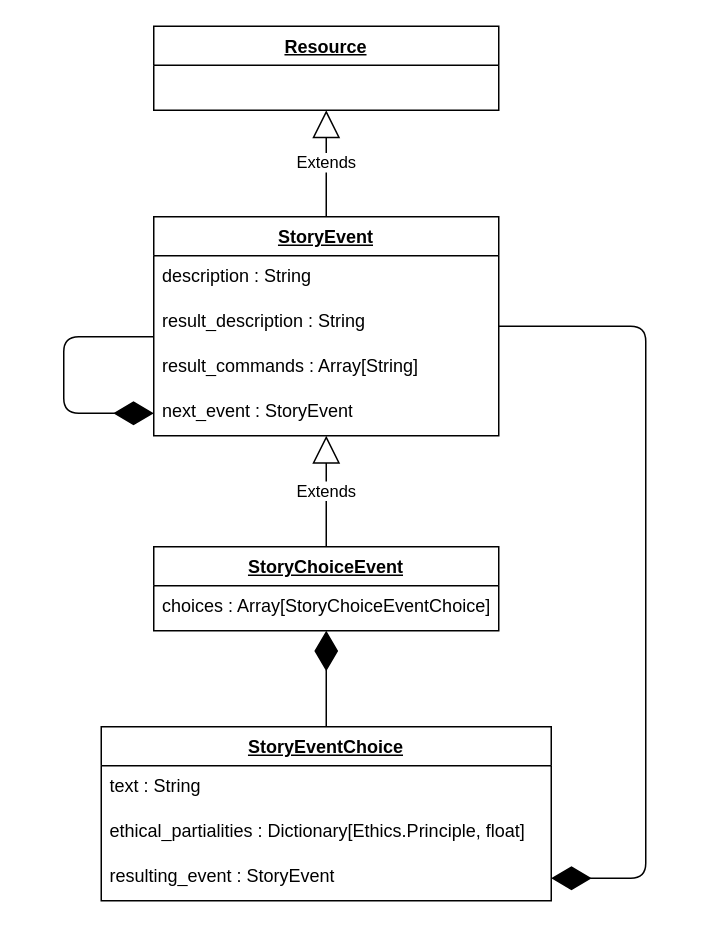
NobleMetalLabs/project-hammer keeps this draw.io diagram as page "CLASS" (1 of 2) of src/@uml/choice-events.drawio. Above is the earlier version. Source tidied: cells renumbered, new cells numbered last; positions are measured from the earlier drawing's top-left corner, leaving out a move shared by most shapes. Both pictures are drawn from the tidied source at 150%, with x=0, y=0 at pixel (63, 26).
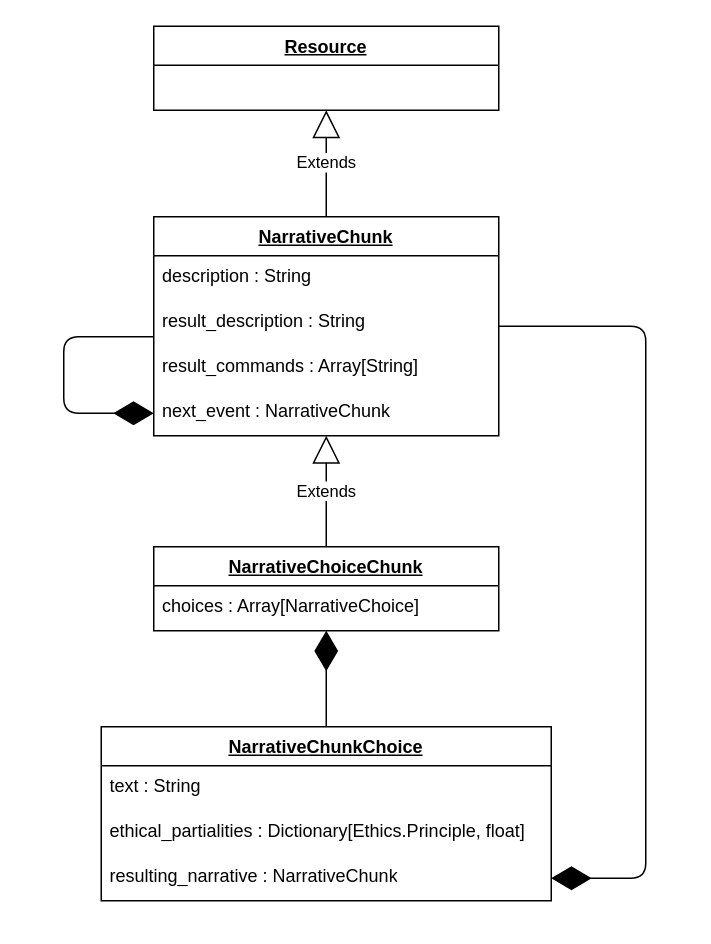
The same diagram, later.

Diff of the diagram source:
```diff
@@
-    <mxCell id="2" value="StoryChoiceEvent" style="swimlane;fontStyle=5;align=center;verticalAlign=top;horizontal=1;startSize=26;whiteSpace=wrap;html=1;" parent="1" vertex="1">
+    <mxCell id="2" value="NarrativeChoiceChunk" style="swimlane;fontStyle=5;align=center;verticalAlign=top;horizontal=1;startSize=26;whiteSpace=wrap;html=1;" parent="1" vertex="1">
       <mxGeometry x="60" y="347" width="230" height="56" as="geometry" />
     </mxCell>
-    <mxCell id="3" value="choices : Array[StoryChoiceEventChoice]" style="text;strokeColor=none;fillColor=none;align=left;verticalAlign=top;spacingLeft=4;spacingRight=4;overflow=hidden;points=[[0,0.5],[1,0.5]];portConstraint=eastwest;whiteSpace=wrap;html=1;" parent="2" vertex="1">
+    <mxCell id="3" value="choices : Array[NarrativeChoice]" style="text;strokeColor=none;fillColor=none;align=left;verticalAlign=top;spacingLeft=4;spacingRight=4;overflow=hidden;points=[[0,0.5],[1,0.5]];portConstraint=eastwest;whiteSpace=wrap;html=1;" parent="2" vertex="1">
       <mxGeometry y="26" width="230" height="30" as="geometry" />
     </mxCell>
-    <mxCell id="4" value="StoryEventChoice" style="swimlane;fontStyle=5;align=center;verticalAlign=top;horizontal=1;startSize=26;whiteSpace=wrap;html=1;" parent="1" vertex="1">
+    <mxCell id="4" value="NarrativeChunkChoice" style="swimlane;fontStyle=5;align=center;verticalAlign=top;horizontal=1;startSize=26;whiteSpace=wrap;html=1;" parent="1" vertex="1">
       <mxGeometry x="25" y="467" width="300" height="116" as="geometry" />
     </mxCell>
@@
-    <mxCell id="7" value="resulting_event : StoryEvent" style="text;strokeColor=none;fillColor=none;align=left;verticalAlign=top;spacingLeft=4;spacingRight=4;overflow=hidden;points=[[0,0.5],[1,0.5]];portConstraint=eastwest;whiteSpace=wrap;html=1;" parent="4" vertex="1">
+    <mxCell id="7" value="resulting_narrative : NarrativeChunk" style="text;strokeColor=none;fillColor=none;align=left;verticalAlign=top;spacingLeft=4;spacingRight=4;overflow=hidden;points=[[0,0.5],[1,0.5]];portConstraint=eastwest;whiteSpace=wrap;html=1;" parent="4" vertex="1">
       <mxGeometry y="86" width="300" height="30" as="geometry" />
     </mxCell>
@@
-    <mxCell id="12" value="StoryEvent" style="swimlane;fontStyle=5;align=center;verticalAlign=top;horizontal=1;startSize=26;whiteSpace=wrap;html=1;" parent="1" vertex="1">
+    <mxCell id="12" value="NarrativeChunk" style="swimlane;fontStyle=5;align=center;verticalAlign=top;horizontal=1;startSize=26;whiteSpace=wrap;html=1;" parent="1" vertex="1">
       <mxGeometry x="60" y="127" width="230" height="146" as="geometry" />
     </mxCell>
@@
-    <mxCell id="16" value="next_event : StoryEvent" style="text;strokeColor=none;fillColor=none;align=left;verticalAlign=top;spacingLeft=4;spacingRight=4;overflow=hidden;points=[[0,0.5],[1,0.5]];portConstraint=eastwest;whiteSpace=wrap;html=1;" parent="12" vertex="1">
+    <mxCell id="16" value="next_event : NarrativeChunk" style="text;strokeColor=none;fillColor=none;align=left;verticalAlign=top;spacingLeft=4;spacingRight=4;overflow=hidden;points=[[0,0.5],[1,0.5]];portConstraint=eastwest;whiteSpace=wrap;html=1;" parent="12" vertex="1">
       <mxGeometry y="116" width="230" height="30" as="geometry" />
     </mxCell>
```
